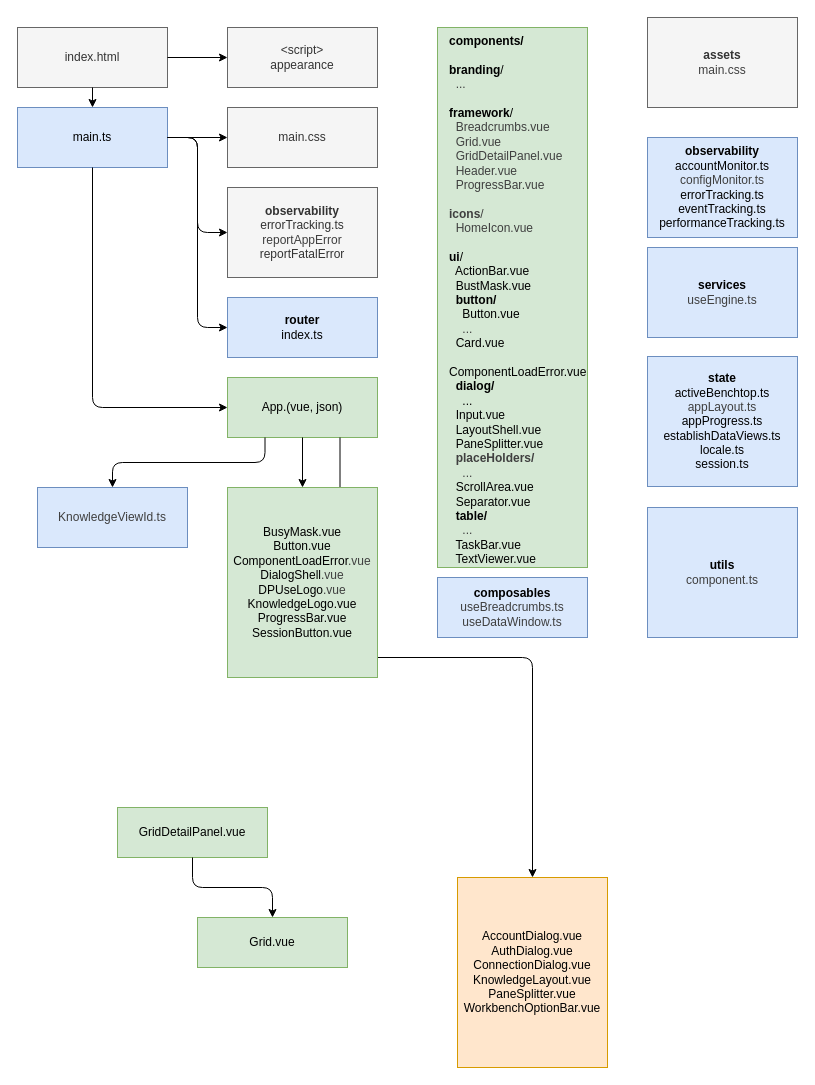
This is schematic.drawio from dpuse/dpuse-app, a draw.io file, before an edit. Source tidied: cells renumbered, new cells numbered last; positions are measured from the earlier drawing's top-left corner, leaving out a move shared by most shapes. Both pictures are drawn from the tidied source at 100%, with x=0, y=0 at pixel (17, 17).
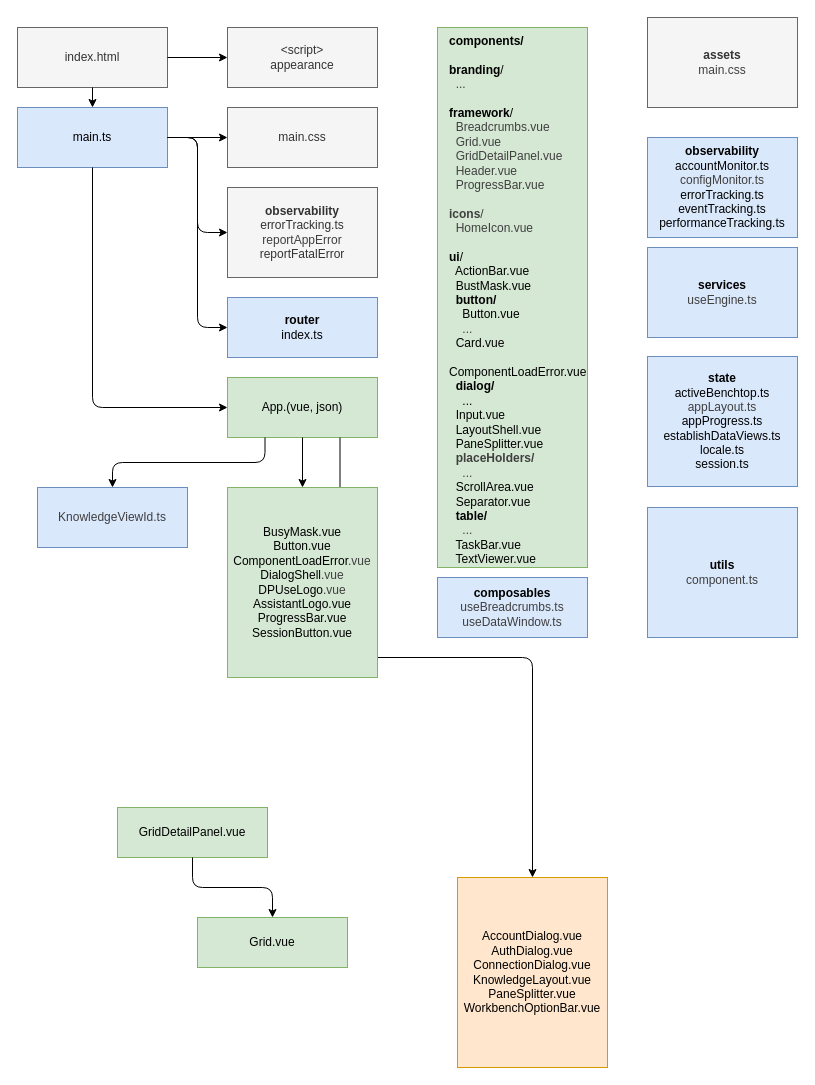
The same diagram, later.

The edit, as a diff of the source:
```diff
@@
-    <mxCell id="18" value="BusyMask.vue&lt;div&gt;Button.vue&lt;/div&gt;&lt;div&gt;ComponentLoadError&lt;span style=&quot;color: rgb(63, 63, 63); background-color: transparent;&quot;&gt;.vue&lt;/span&gt;&lt;/div&gt;&lt;div&gt;DialogShell&lt;span style=&quot;color: rgb(63, 63, 63); background-color: transparent;&quot;&gt;.vue&lt;/span&gt;&lt;/div&gt;&lt;div&gt;DPUseLogo&lt;span style=&quot;color: rgb(63, 63, 63); background-color: transparent;&quot;&gt;.vue&lt;/span&gt;&lt;/div&gt;&lt;div&gt;KnowledgeLogo.vue&lt;/div&gt;&lt;div&gt;ProgressBar.vue&lt;/div&gt;&lt;div&gt;SessionButton.vue&lt;/div&gt;" style="rounded=0;whiteSpace=wrap;html=1;fillColor=#d5e8d4;strokeColor=#82b366;" parent="1" vertex="1">
+    <mxCell id="18" value="BusyMask.vue&lt;div&gt;Button.vue&lt;/div&gt;&lt;div&gt;ComponentLoadError&lt;span style=&quot;color: rgb(63, 63, 63); background-color: transparent;&quot;&gt;.vue&lt;/span&gt;&lt;/div&gt;&lt;div&gt;DialogShell&lt;span style=&quot;color: rgb(63, 63, 63); background-color: transparent;&quot;&gt;.vue&lt;/span&gt;&lt;/div&gt;&lt;div&gt;DPUseLogo&lt;span style=&quot;color: rgb(63, 63, 63); background-color: transparent;&quot;&gt;.vue&lt;/span&gt;&lt;/div&gt;&lt;div&gt;AssistantLogo.vue&lt;/div&gt;&lt;div&gt;ProgressBar.vue&lt;/div&gt;&lt;div&gt;SessionButton.vue&lt;/div&gt;" style="rounded=0;whiteSpace=wrap;html=1;fillColor=#d5e8d4;strokeColor=#82b366;" parent="1" vertex="1">
       <mxGeometry x="210" y="470" width="150" height="190" as="geometry" />
     </mxCell>
```
